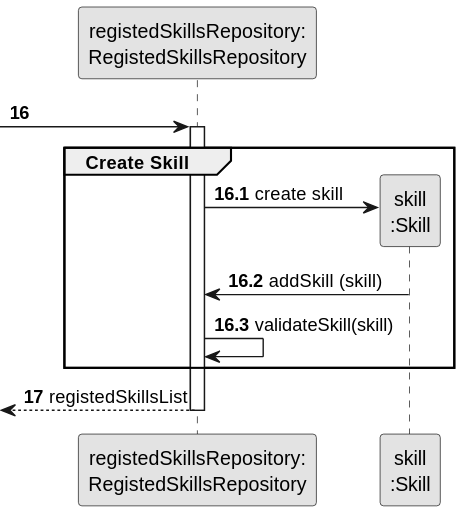
1231360-ISEP/lei-24-s2-1db-g021 keeps this PlantUML diagram as docs/sprint2/us001/03.design/svg/us001-sequence-diagram-partial-create-skill.svg. Above is the earlier version.
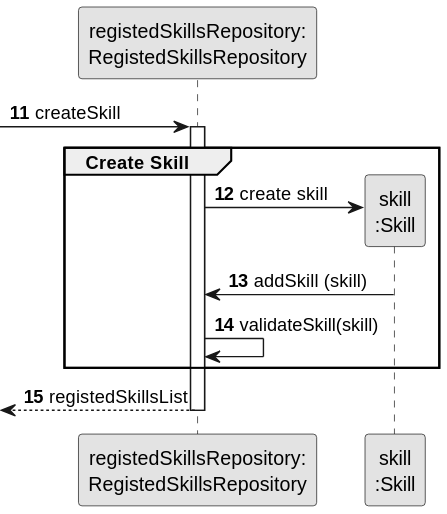
Above is the later version.

Change to the diagram source:
```diff
@@ -6,10 +6,9 @@
 participant "registedSkillsRepository:\nRegistedSkillsRepository" as RegistedSkillsRepository
 participant "skill\n:Skill" as TAREFA
 
-autonumber 16
--> RegistedSkillsRepository:
+autonumber 11
+-> RegistedSkillsRepository: createSkill
 
-autonumber 16.1
 activate RegistedSkillsRepository
     group Create Skill
 
@@ -20,8 +19,6 @@
 
     end
 
-    autonumber 17
-
     <-- RegistedSkillsRepository : registedSkillsList
 
 deactivate RegistedSkillsRepository
```
